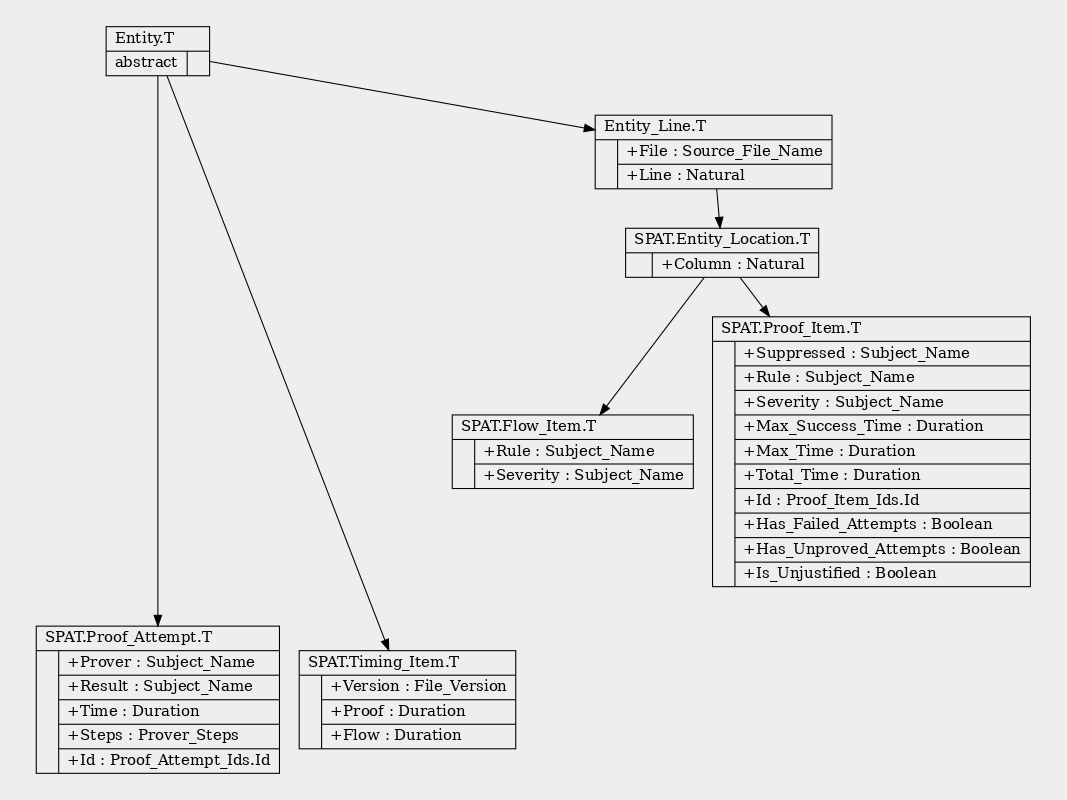
HeisenbugLtd/spat keeps this Graphviz diagram as doc/inheritance-tree.png. Above is the earlier version. Its source is kept beside it as doc/inheritance-tree.dot.
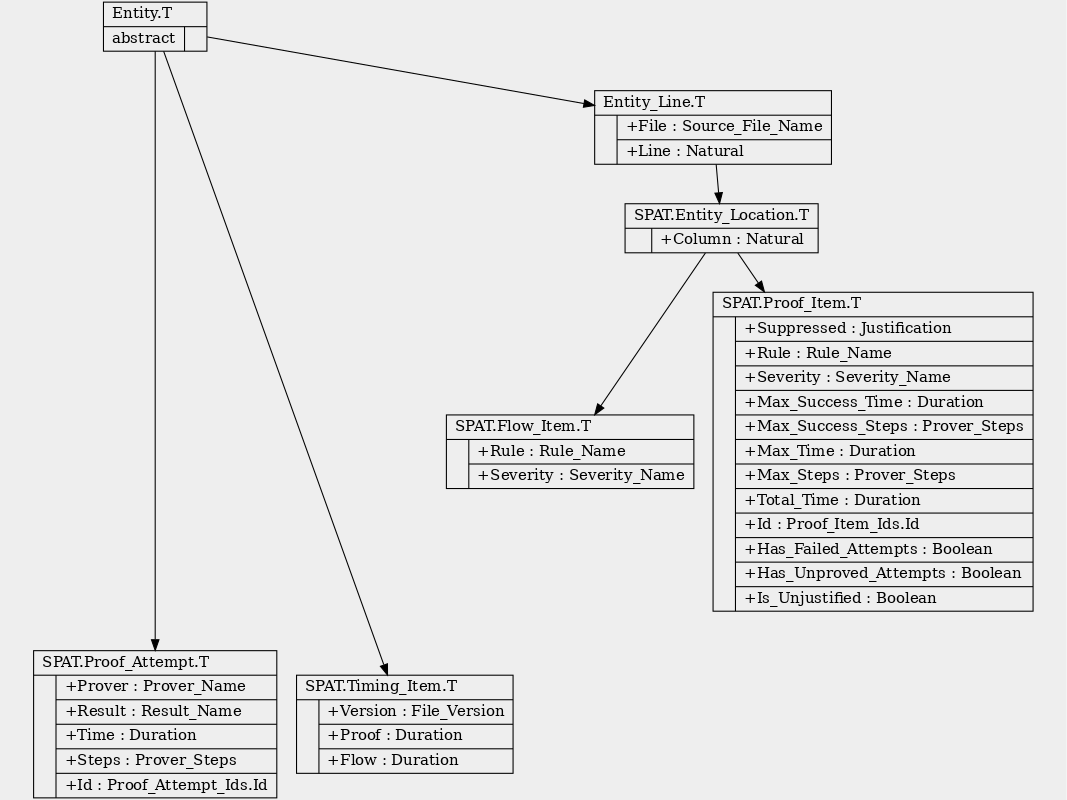
The same diagram one commit later.

Commit message:
Updated inheritance tree documentation.

The edit, as a diff of the source:
```diff
@@ -9,9 +9,9 @@
   "SPAT.Entity.T"          [label="{Entity.T\l|{abstract\l|}}"];
   "SPAT.Entity_Line.T"     [label="{Entity_Line.T\l|{|{+File : Source_File_Name\l|+Line : Natural\l}}}"];
   "SPAT.Entity_Location.T" [label="{SPAT.Entity_Location.T\l|{|{+Column : Natural\l}}}"];
-  "SPAT.Flow_Item.T"       [label="{SPAT.Flow_Item.T\l|{|{+Rule : Subject_Name\l|+Severity : Subject_Name\l}}}"];
-  "SPAT.Proof_Item.T"      [label="{SPAT.Proof_Item.T\l|{|{+Suppressed : Subject_Name\l|+Rule : Subject_Name\l|+Severity : Subject_Name\l|+Max_Success_Time : Duration\l|+Max_Time : Duration\l|+Total_Time : Duration\l|+Id : Proof_Item_Ids.Id\l|+Has_Failed_Attempts : Boolean\l|+Has_Unproved_Attempts : Boolean\l|+Is_Unjustified : Boolean\l}}}"];
-  "SPAT.Proof_Attempt.T"   [label="{SPAT.Proof_Attempt.T\l|{|{+Prover : Subject_Name\l|+Result : Subject_Name\l|+Time : Duration\l|+Steps : Prover_Steps\l|+Id : Proof_Attempt_Ids.Id}}}"];
+  "SPAT.Flow_Item.T"       [label="{SPAT.Flow_Item.T\l|{|{+Rule : Rule_Name\l|+Severity : Severity_Name\l}}}"];
+  "SPAT.Proof_Item.T"      [label="{SPAT.Proof_Item.T\l|{|{+Suppressed : Justification\l|+Rule : Rule_Name\l|+Severity : Severity_Name\l|+Max_Success_Time : Duration\l|+Max_Success_Steps : Prover_Steps\l|+Max_Time : Duration\l|+Max_Steps : Prover_Steps\l|+Total_Time : Duration\l|+Id : Proof_Item_Ids.Id\l|+Has_Failed_Attempts : Boolean\l|+Has_Unproved_Attempts : Boolean\l|+Is_Unjustified : Boolean\l}}}"];
+  "SPAT.Proof_Attempt.T"   [label="{SPAT.Proof_Attempt.T\l|{|{+Prover : Prover_Name\l|+Result : Result_Name\l|+Time : Duration\l|+Steps : Prover_Steps\l|+Id : Proof_Attempt_Ids.Id}}}"];
   "SPAT.Timing_Item.T"     [label="{SPAT.Timing_Item.T\l|{|{+Version : File_Version\l|+Proof : Duration\l|+Flow : Duration\l}}}"];
 
   "dummy" [style="invis"];
```
